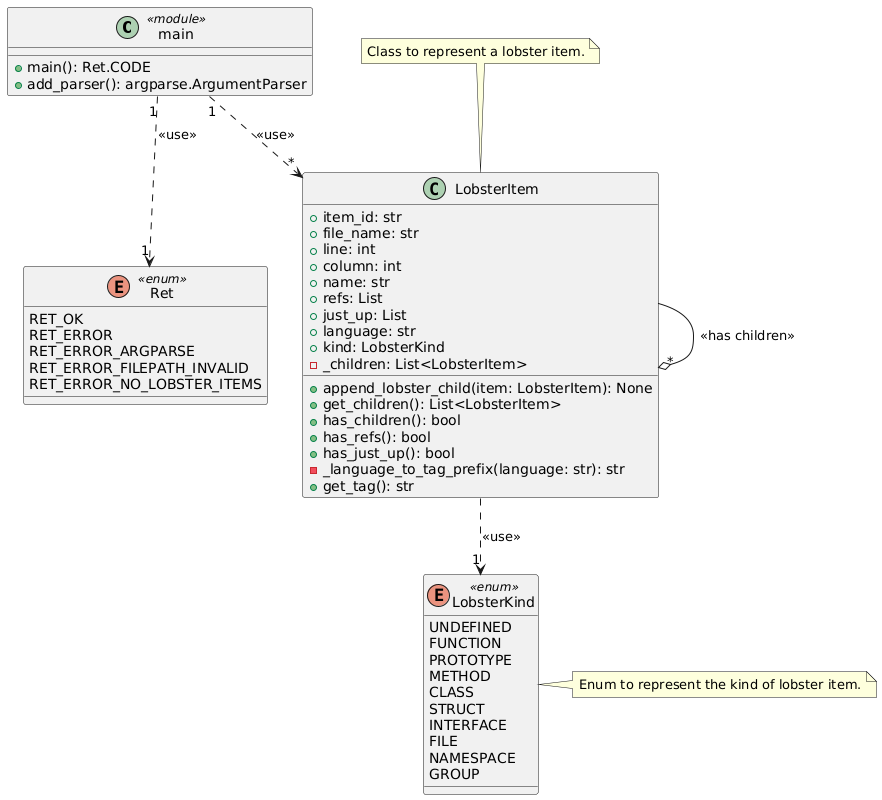
Above: doc/architecture/class_diagram.png in NewTec-GmbH/lobster-doxygen (PlantUML), before the change.
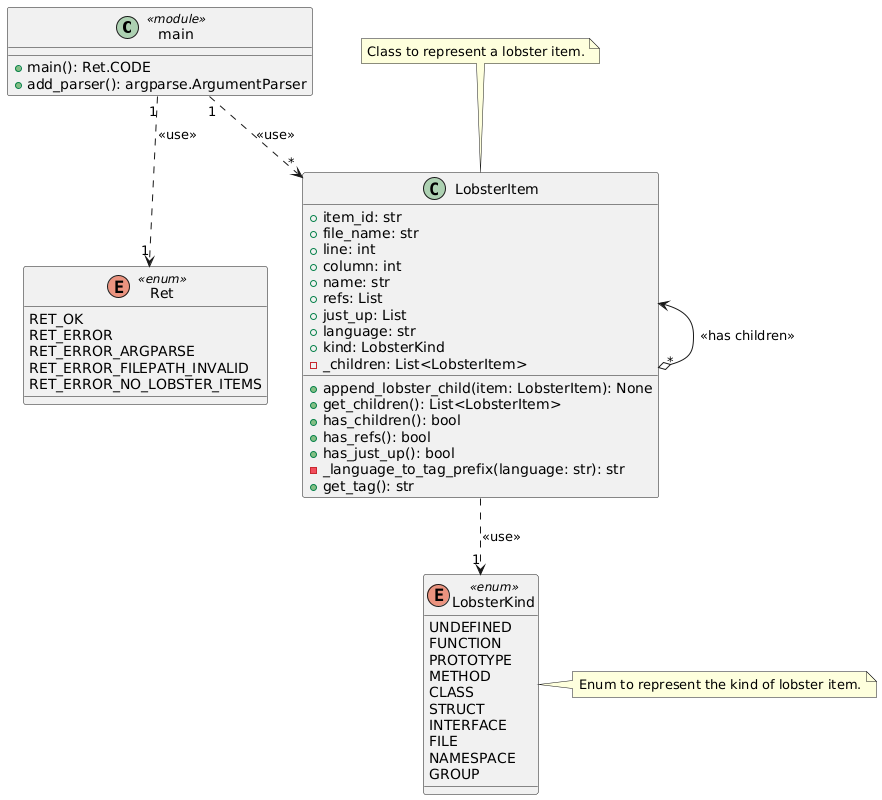
The same file after the commit.

Commit message:
Fixed review finding.

What changed in the source:
```diff
@@ -61,5 +61,5 @@
 main "1" ..> "*" LobsterItem : <<use>>
 main "1" ..> "1" Ret : <<use>>
 LobsterItem ..> "1" LobsterKind : <<use>>
-LobsterItem --o "*" LobsterItem : <<has children>>
+LobsterItem <--o "*" LobsterItem : <<has children>>
 @enduml
```
